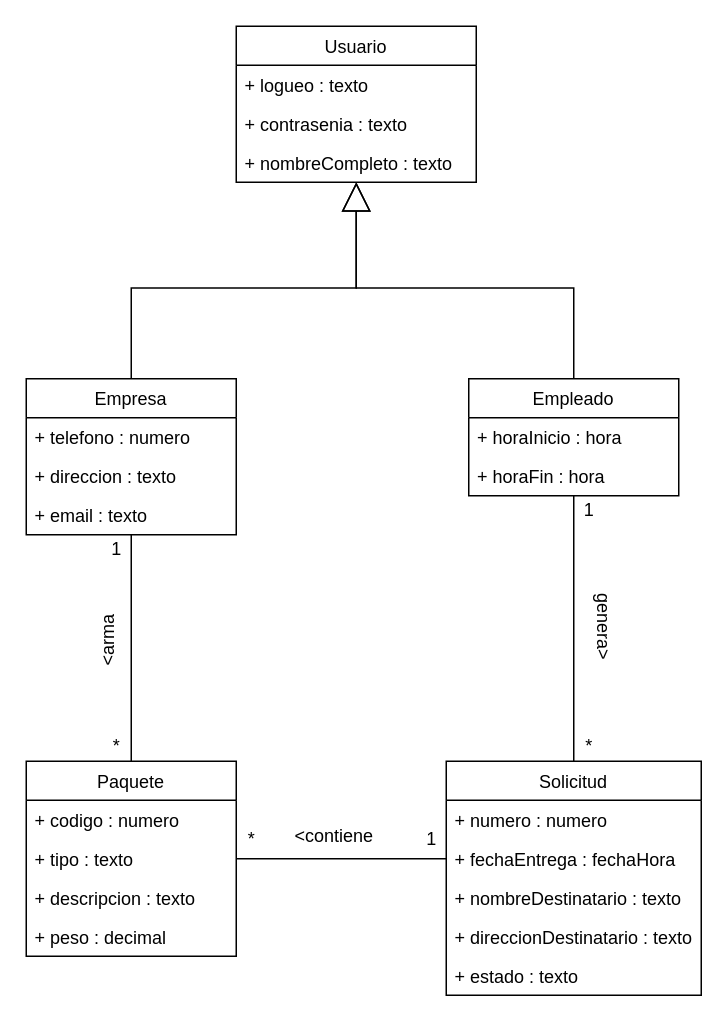
Above: Documentacion/Modelo Conceptual.drawio in Gerosomma/ProyectoFinal2021 (draw.io), before the change. Source tidied: cells renumbered, new cells numbered last; positions are measured from the earlier drawing's top-left corner, leaving out a move shared by most shapes. Both pictures are drawn from the tidied source at 150%, with x=0, y=0 at pixel (26, 26).
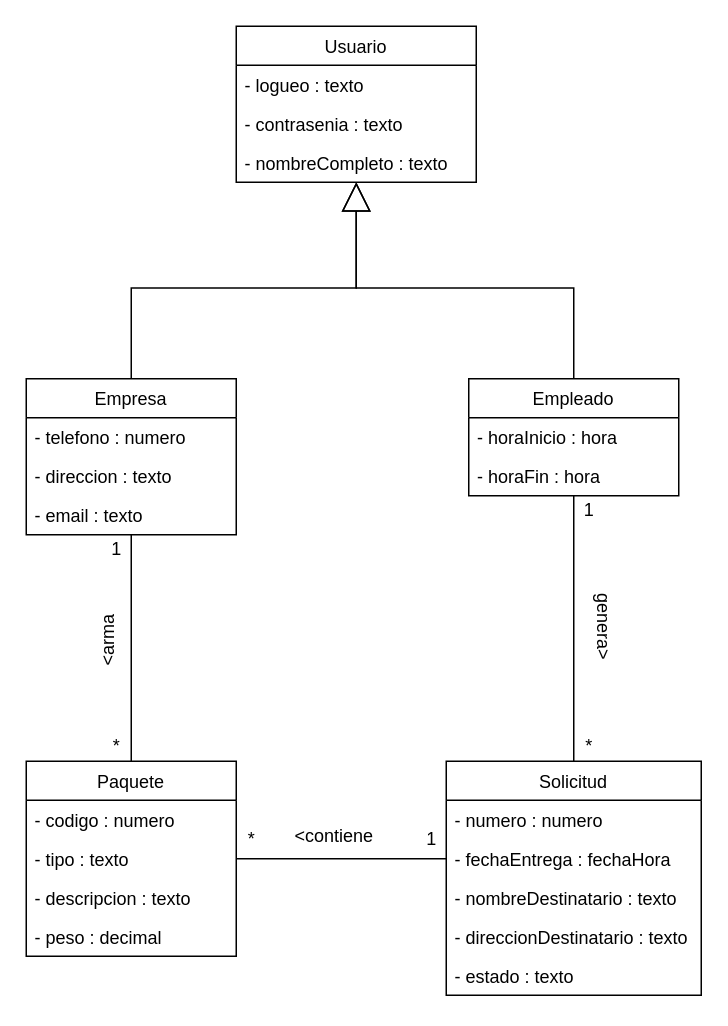
Above is the later version.

Commit message (it also covers changes not shown here):
correcciones base, mer y modelo conceptual

The change refers to these unchanged cells:
```xml
<mxCell id="2" value="Usuario" style="swimlane;fontStyle=0;horizontal=1;startSize=26;fillColor=none;" parent="1" vertex="1">
  <mxGeometry x="140" width="160" height="104" as="geometry" />
</mxCell>
<mxCell id="8" value="Empleado" style="swimlane;fontStyle=0;horizontal=1;startSize=26;fillColor=none;" parent="1" vertex="1">
  <mxGeometry x="295" y="235" width="140" height="78" as="geometry" />
</mxCell>
<mxCell id="12" value="Empresa" style="swimlane;fontStyle=0;horizontal=1;startSize=26;fillColor=none;" parent="1" vertex="1">
  <mxGeometry y="235" width="140" height="104" as="geometry" />
</mxCell>
<mxCell id="16" value="Solicitud" style="swimlane;fontStyle=0;horizontal=1;startSize=26;fillColor=none;" parent="1" vertex="1">
  <mxGeometry x="280" y="490" width="170" height="156" as="geometry" />
</mxCell>
<mxCell id="24" value="Paquete" style="swimlane;fontStyle=0;horizontal=1;startSize=26;fillColor=none;" parent="1" vertex="1">
  <mxGeometry y="490" width="140" height="130" as="geometry" />
</mxCell>
```

What changed in the source:
```diff
@@
-    <mxCell id="3" value="+ logueo : texto" style="text;strokeColor=none;fillColor=none;align=left;verticalAlign=top;spacingLeft=4;spacingRight=4;overflow=hidden;" parent="2" vertex="1">
+    <mxCell id="3" value="- logueo : texto" style="text;strokeColor=none;fillColor=none;align=left;verticalAlign=top;spacingLeft=4;spacingRight=4;overflow=hidden;" parent="2" vertex="1">
       <mxGeometry y="26" width="160" height="26" as="geometry" />
     </mxCell>
-    <mxCell id="4" value="+ contrasenia : texto" style="text;strokeColor=none;fillColor=none;align=left;verticalAlign=top;spacingLeft=4;spacingRight=4;overflow=hidden;" parent="2" vertex="1">
+    <mxCell id="4" value="- contrasenia : texto" style="text;strokeColor=none;fillColor=none;align=left;verticalAlign=top;spacingLeft=4;spacingRight=4;overflow=hidden;" parent="2" vertex="1">
       <mxGeometry y="52" width="160" height="26" as="geometry" />
     </mxCell>
-    <mxCell id="5" value="+ nombreCompleto : texto" style="text;strokeColor=none;fillColor=none;align=left;verticalAlign=top;spacingLeft=4;spacingRight=4;overflow=hidden;" parent="2" vertex="1">
+    <mxCell id="5" value="- nombreCompleto : texto" style="text;strokeColor=none;fillColor=none;align=left;verticalAlign=top;spacingLeft=4;spacingRight=4;overflow=hidden;" parent="2" vertex="1">
       <mxGeometry y="78" width="160" height="26" as="geometry" />
     </mxCell>
@@
-    <mxCell id="9" value="+ horaInicio : hora" style="text;strokeColor=none;fillColor=none;align=left;verticalAlign=top;spacingLeft=4;spacingRight=4;overflow=hidden;" parent="8" vertex="1">
+    <mxCell id="9" value="- horaInicio : hora" style="text;strokeColor=none;fillColor=none;align=left;verticalAlign=top;spacingLeft=4;spacingRight=4;overflow=hidden;" parent="8" vertex="1">
       <mxGeometry y="26" width="140" height="26" as="geometry" />
     </mxCell>
-    <mxCell id="10" value="+ horaFin : hora" style="text;strokeColor=none;fillColor=none;align=left;verticalAlign=top;spacingLeft=4;spacingRight=4;overflow=hidden;" parent="8" vertex="1">
+    <mxCell id="10" value="- horaFin : hora" style="text;strokeColor=none;fillColor=none;align=left;verticalAlign=top;spacingLeft=4;spacingRight=4;overflow=hidden;" parent="8" vertex="1">
       <mxGeometry y="52" width="140" height="26" as="geometry" />
     </mxCell>
@@
-    <mxCell id="13" value="+ telefono : numero" style="text;strokeColor=none;fillColor=none;align=left;verticalAlign=top;spacingLeft=4;spacingRight=4;overflow=hidden;" parent="12" vertex="1">
+    <mxCell id="13" value="- telefono : numero" style="text;strokeColor=none;fillColor=none;align=left;verticalAlign=top;spacingLeft=4;spacingRight=4;overflow=hidden;" parent="12" vertex="1">
       <mxGeometry y="26" width="140" height="26" as="geometry" />
     </mxCell>
-    <mxCell id="14" value="+ direccion : texto" style="text;strokeColor=none;fillColor=none;align=left;verticalAlign=top;spacingLeft=4;spacingRight=4;overflow=hidden;" parent="12" vertex="1">
+    <mxCell id="14" value="- direccion : texto" style="text;strokeColor=none;fillColor=none;align=left;verticalAlign=top;spacingLeft=4;spacingRight=4;overflow=hidden;" parent="12" vertex="1">
       <mxGeometry y="52" width="140" height="26" as="geometry" />
     </mxCell>
-    <mxCell id="15" value="+ email : texto" style="text;strokeColor=none;fillColor=none;align=left;verticalAlign=top;spacingLeft=4;spacingRight=4;overflow=hidden;" parent="12" vertex="1">
+    <mxCell id="15" value="- email : texto" style="text;strokeColor=none;fillColor=none;align=left;verticalAlign=top;spacingLeft=4;spacingRight=4;overflow=hidden;" parent="12" vertex="1">
       <mxGeometry y="78" width="140" height="26" as="geometry" />
     </mxCell>
@@
-    <mxCell id="17" value="+ numero : numero" style="text;strokeColor=none;fillColor=none;align=left;verticalAlign=top;spacingLeft=4;spacingRight=4;overflow=hidden;" parent="16" vertex="1">
+    <mxCell id="17" value="- numero : numero" style="text;strokeColor=none;fillColor=none;align=left;verticalAlign=top;spacingLeft=4;spacingRight=4;overflow=hidden;" parent="16" vertex="1">
       <mxGeometry y="26" width="170" height="26" as="geometry" />
     </mxCell>
-    <mxCell id="18" value="+ fechaEntrega : fechaHora" style="text;strokeColor=none;fillColor=none;align=left;verticalAlign=top;spacingLeft=4;spacingRight=4;overflow=hidden;points=[[0,0.5],[1,0.5]];portConstraint=eastwest;" parent="16" vertex="1">
+    <mxCell id="18" value="- fechaEntrega : fechaHora" style="text;strokeColor=none;fillColor=none;align=left;verticalAlign=top;spacingLeft=4;spacingRight=4;overflow=hidden;points=[[0,0.5],[1,0.5]];portConstraint=eastwest;" parent="16" vertex="1">
       <mxGeometry y="52" width="170" height="26" as="geometry" />
     </mxCell>
-    <mxCell id="19" value="+ nombreDestinatario : texto" style="text;strokeColor=none;fillColor=none;align=left;verticalAlign=top;spacingLeft=4;spacingRight=4;overflow=hidden;" parent="16" vertex="1">
+    <mxCell id="19" value="- nombreDestinatario : texto" style="text;strokeColor=none;fillColor=none;align=left;verticalAlign=top;spacingLeft=4;spacingRight=4;overflow=hidden;" parent="16" vertex="1">
       <mxGeometry y="78" width="170" height="26" as="geometry" />
     </mxCell>
-    <mxCell id="20" value="+ direccionDestinatario : texto" style="text;strokeColor=none;fillColor=none;align=left;verticalAlign=top;spacingLeft=4;spacingRight=4;overflow=hidden;" parent="16" vertex="1">
+    <mxCell id="20" value="- direccionDestinatario : texto" style="text;strokeColor=none;fillColor=none;align=left;verticalAlign=top;spacingLeft=4;spacingRight=4;overflow=hidden;" parent="16" vertex="1">
       <mxGeometry y="104" width="170" height="26" as="geometry" />
     </mxCell>
-    <mxCell id="21" value="+ estado : texto" style="text;strokeColor=none;fillColor=none;align=left;verticalAlign=top;spacingLeft=4;spacingRight=4;overflow=hidden;" parent="16" vertex="1">
+    <mxCell id="21" value="- estado : texto" style="text;strokeColor=none;fillColor=none;align=left;verticalAlign=top;spacingLeft=4;spacingRight=4;overflow=hidden;" parent="16" vertex="1">
       <mxGeometry y="130" width="170" height="26" as="geometry" />
     </mxCell>
@@
-    <mxCell id="25" value="+ codigo : numero" style="text;strokeColor=none;fillColor=none;align=left;verticalAlign=top;spacingLeft=4;spacingRight=4;overflow=hidden;" parent="24" vertex="1">
+    <mxCell id="25" value="- codigo : numero" style="text;strokeColor=none;fillColor=none;align=left;verticalAlign=top;spacingLeft=4;spacingRight=4;overflow=hidden;" parent="24" vertex="1">
       <mxGeometry y="26" width="140" height="26" as="geometry" />
     </mxCell>
-    <mxCell id="26" value="+ tipo : texto" style="text;strokeColor=none;fillColor=none;align=left;verticalAlign=top;spacingLeft=4;spacingRight=4;overflow=hidden;" parent="24" vertex="1">
+    <mxCell id="26" value="- tipo : texto" style="text;strokeColor=none;fillColor=none;align=left;verticalAlign=top;spacingLeft=4;spacingRight=4;overflow=hidden;" parent="24" vertex="1">
       <mxGeometry y="52" width="140" height="26" as="geometry" />
     </mxCell>
-    <mxCell id="27" value="+ descripcion : texto" style="text;strokeColor=none;fillColor=none;align=left;verticalAlign=top;spacingLeft=4;spacingRight=4;overflow=hidden;" parent="24" vertex="1">
+    <mxCell id="27" value="- descripcion : texto" style="text;strokeColor=none;fillColor=none;align=left;verticalAlign=top;spacingLeft=4;spacingRight=4;overflow=hidden;" parent="24" vertex="1">
       <mxGeometry y="78" width="140" height="26" as="geometry" />
     </mxCell>
-    <mxCell id="28" value="+ peso : decimal" style="text;strokeColor=none;fillColor=none;align=left;verticalAlign=top;spacingLeft=4;spacingRight=4;overflow=hidden;" parent="24" vertex="1">
+    <mxCell id="28" value="- peso : decimal" style="text;strokeColor=none;fillColor=none;align=left;verticalAlign=top;spacingLeft=4;spacingRight=4;overflow=hidden;" parent="24" vertex="1">
       <mxGeometry y="104" width="140" height="26" as="geometry" />
     </mxCell>
```
